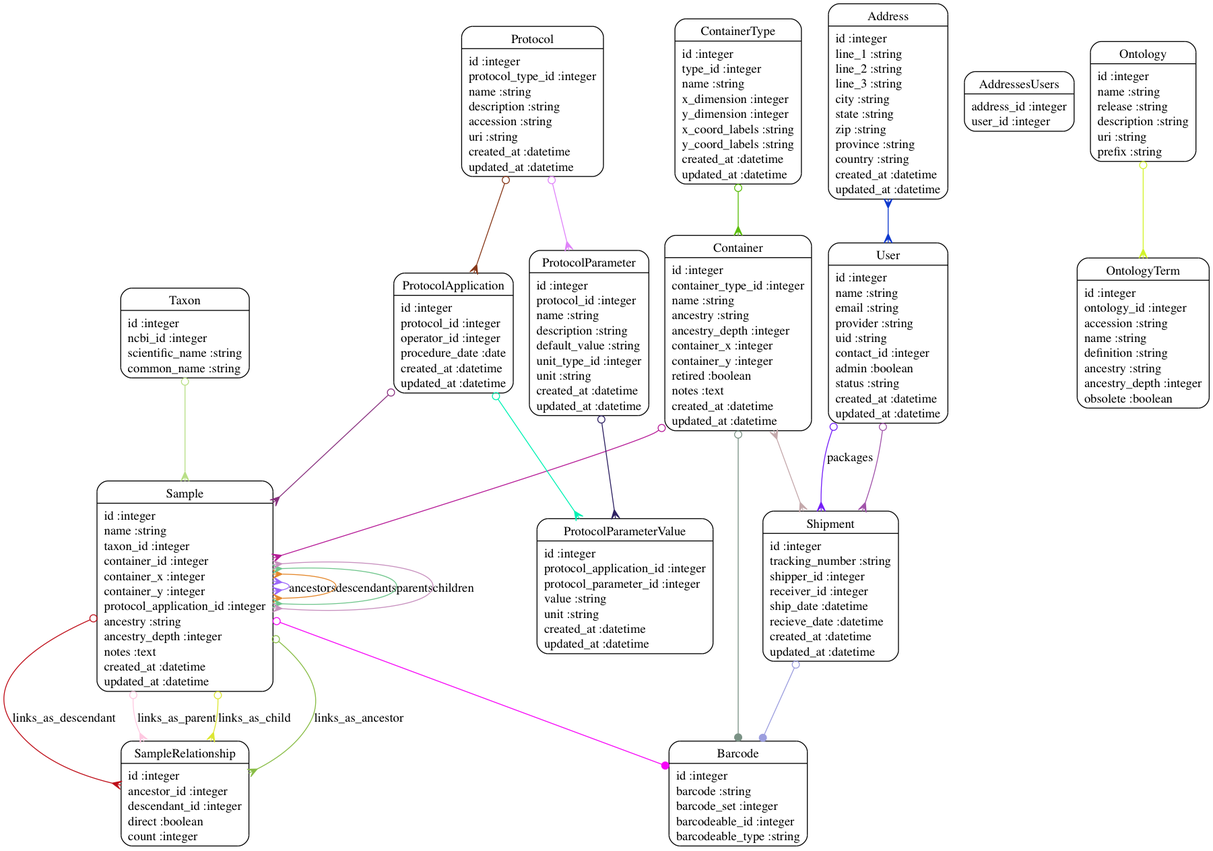
dimitras/collos keeps this Graphviz diagram as models.png. Above is the earlier version. Its source is kept beside it as models.dot.
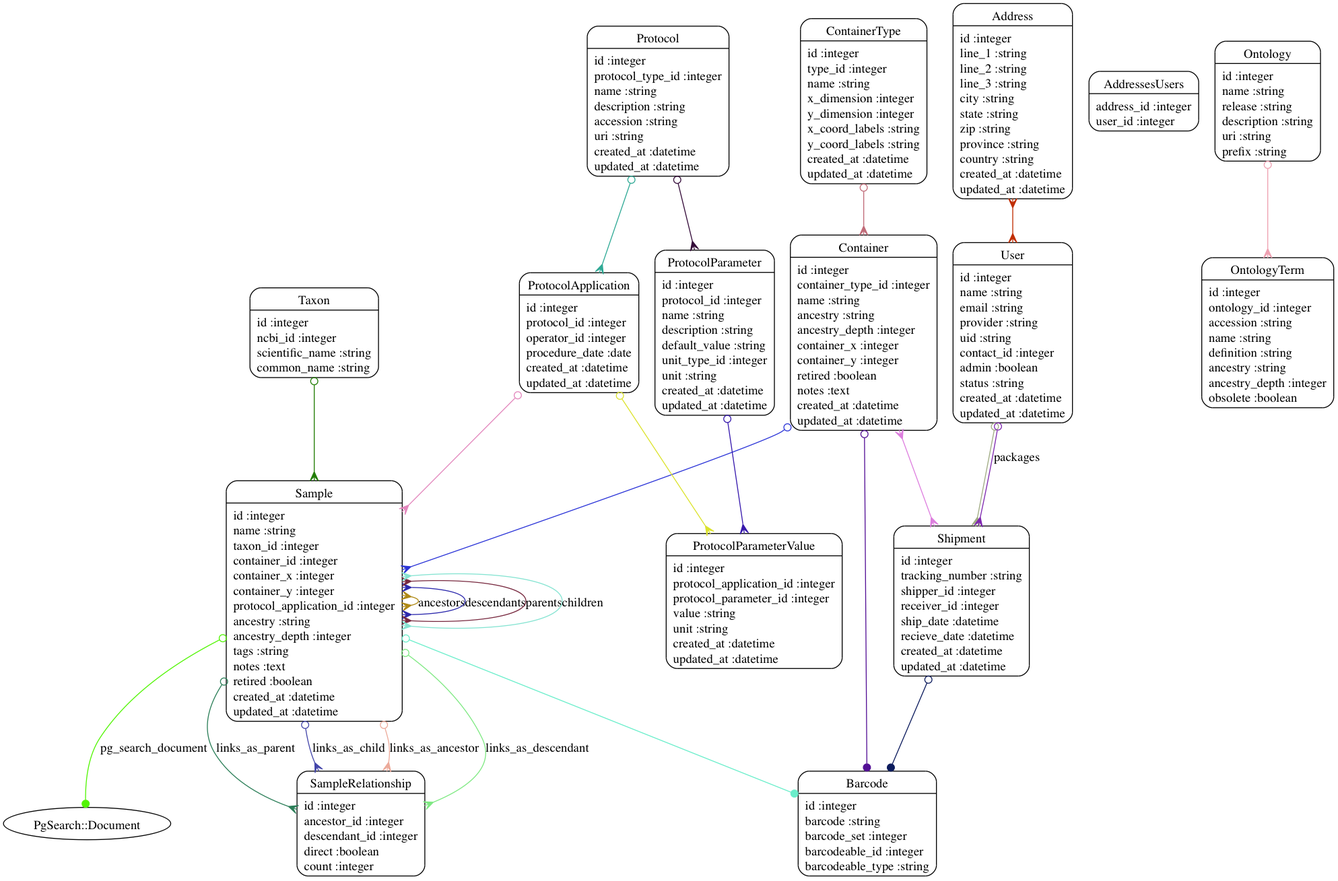
Later version of the same file.

Change to the diagram source:
```diff
@@ -11,33 +11,34 @@
 	"ProtocolApplication" [shape=Mrecord, label="{ProtocolApplication|id :integer\lprotocol_id :integer\loperator_id :integer\lprocedure_date :date\lcreated_at :datetime\lupdated_at :datetime\l}"]
 	"ProtocolParameter" [shape=Mrecord, label="{ProtocolParameter|id :integer\lprotocol_id :integer\lname :string\ldescription :string\ldefault_value :string\lunit_type_id :integer\lunit :string\lcreated_at :datetime\lupdated_at :datetime\l}"]
 	"ProtocolParameterValue" [shape=Mrecord, label="{ProtocolParameterValue|id :integer\lprotocol_application_id :integer\lprotocol_parameter_id :integer\lvalue :string\lunit :string\lcreated_at :datetime\lupdated_at :datetime\l}"]
-	"Sample" [shape=Mrecord, label="{Sample|id :integer\lname :string\ltaxon_id :integer\lcontainer_id :integer\lcontainer_x :integer\lcontainer_y :integer\lprotocol_application_id :integer\lancestry :string\lancestry_depth :integer\lnotes :text\lcreated_at :datetime\lupdated_at :datetime\l}"]
+	"Sample" [shape=Mrecord, label="{Sample|id :integer\lname :string\ltaxon_id :integer\lcontainer_id :integer\lcontainer_x :integer\lcontainer_y :integer\lprotocol_application_id :integer\lancestry :string\lancestry_depth :integer\ltags :string\lnotes :text\lretired :boolean\lcreated_at :datetime\lupdated_at :datetime\l}"]
 	"SampleRelationship" [shape=Mrecord, label="{SampleRelationship|id :integer\lancestor_id :integer\ldescendant_id :integer\ldirect :boolean\lcount :integer\l}"]
 	"Shipment" [shape=Mrecord, label="{Shipment|id :integer\ltracking_number :string\lshipper_id :integer\lreceiver_id :integer\lship_date :datetime\lrecieve_date :datetime\lcreated_at :datetime\lupdated_at :datetime\l}"]
 	"Taxon" [shape=Mrecord, label="{Taxon|id :integer\lncbi_id :integer\lscientific_name :string\lcommon_name :string\l}"]
 	"User" [shape=Mrecord, label="{User|id :integer\lname :string\lemail :string\lprovider :string\luid :string\lcontact_id :integer\ladmin :boolean\lstatus :string\lcreated_at :datetime\lupdated_at :datetime\l}"]
-	"Address" -> "User" [arrowtail=crow, arrowhead=crow, dir=both color="#0D38CE"]
-	"Container" -> "Sample" [arrowtail=odot, arrowhead=crow, dir=both color="#B51A96"]
-	"Container" -> "Barcode" [arrowtail=odot, arrowhead=dot, dir=both color="#7A9285"]
-	"Container" -> "Shipment" [arrowtail=crow, arrowhead=crow, dir=both color="#C4A8AB"]
-	"ContainerType" -> "Container" [arrowtail=odot, arrowhead=crow, dir=both color="#59BC08"]
-	"Ontology" -> "OntologyTerm" [arrowtail=odot, arrowhead=crow, dir=both color="#D2F32A"]
-	"Protocol" -> "ProtocolApplication" [arrowtail=odot, arrowhead=crow, dir=both color="#873819"]
-	"Protocol" -> "ProtocolParameter" [arrowtail=odot, arrowhead=crow, dir=both color="#DF83F9"]
-	"ProtocolApplication" -> "Sample" [arrowtail=odot, arrowhead=crow, dir=both color="#88307E"]
-	"ProtocolApplication" -> "ProtocolParameterValue" [arrowtail=odot, arrowhead=crow, dir=both color="#00F1B3"]
-	"ProtocolParameter" -> "ProtocolParameterValue" [arrowtail=odot, arrowhead=crow, dir=both color="#2C1F61"]
-	"Sample" -> "Barcode" [arrowtail=odot, arrowhead=dot, dir=both color="#F604F7"]
-	"Sample" -> "SampleRelationship" [label="links_as_ancestor", arrowtail=odot, arrowhead=crow, dir=both color="#88BC45"]
-	"Sample" -> "SampleRelationship" [label="links_as_descendant", arrowtail=odot, arrowhead=crow, dir=both color="#BE0D18"]
-	"Sample" -> "Sample" [label="ancestors", arrowtail=crow, arrowhead=crow, dir=both color="#9C68FB"]
-	"Sample" -> "Sample" [label="descendants", arrowtail=crow, arrowhead=crow, dir=both color="#E4882D"]
-	"Sample" -> "SampleRelationship" [label="links_as_parent", arrowtail=odot, arrowhead=crow, dir=both color="#FEC8E1"]
-	"Sample" -> "SampleRelationship" [label="links_as_child", arrowtail=odot, arrowhead=crow, dir=both color="#DCE632"]
-	"Sample" -> "Sample" [label="parents", arrowtail=crow, arrowhead=crow, dir=both color="#6FC58C"]
-	"Sample" -> "Sample" [label="children", arrowtail=crow, arrowhead=crow, dir=both color="#C790BE"]
-	"Shipment" -> "Barcode" [arrowtail=odot, arrowhead=dot, dir=both color="#9C9EDE"]
-	"Taxon" -> "Sample" [arrowtail=odot, arrowhead=crow, dir=both color="#B8DF86"]
-	"User" -> "Shipment" [arrowtail=odot, arrowhead=crow, dir=both color="#A052A9"]
-	"User" -> "Shipment" [label="packages", arrowtail=odot, arrowhead=crow, dir=both color="#741EF8"]
+	"Address" -> "User" [arrowtail=crow, arrowhead=crow, dir=both color="#C02D01"]
+	"Container" -> "Sample" [arrowtail=odot, arrowhead=crow, dir=both color="#2B34D7"]
+	"Container" -> "Barcode" [arrowtail=odot, arrowhead=dot, dir=both color="#530F95"]
+	"Container" -> "Shipment" [arrowtail=crow, arrowhead=crow, dir=both color="#DD7EDE"]
+	"ContainerType" -> "Container" [arrowtail=odot, arrowhead=crow, dir=both color="#C06B78"]
+	"Ontology" -> "OntologyTerm" [arrowtail=odot, arrowhead=crow, dir=both color="#EEA0B1"]
+	"Protocol" -> "ProtocolApplication" [arrowtail=odot, arrowhead=crow, dir=both color="#2FA995"]
+	"Protocol" -> "ProtocolParameter" [arrowtail=odot, arrowhead=crow, dir=both color="#340B39"]
+	"ProtocolApplication" -> "Sample" [arrowtail=odot, arrowhead=crow, dir=both color="#E286BC"]
+	"ProtocolApplication" -> "ProtocolParameterValue" [arrowtail=odot, arrowhead=crow, dir=both color="#DBE22D"]
+	"ProtocolParameter" -> "ProtocolParameterValue" [arrowtail=odot, arrowhead=crow, dir=both color="#3618AC"]
+	"Sample" -> "Barcode" [arrowtail=odot, arrowhead=dot, dir=both color="#6AEDCA"]
+	"Sample" -> "SampleRelationship" [label="links_as_ancestor", arrowtail=odot, arrowhead=crow, dir=both color="#ECAA9A"]
+	"Sample" -> "SampleRelationship" [label="links_as_descendant", arrowtail=odot, arrowhead=crow, dir=both color="#7EE882"]
+	"Sample" -> "Sample" [label="ancestors", arrowtail=crow, arrowhead=crow, dir=both color="#AE8814"]
+	"Sample" -> "Sample" [label="descendants", arrowtail=crow, arrowhead=crow, dir=both color="#2C29AC"]
+	"Sample" -> "SampleRelationship" [label="links_as_parent", arrowtail=odot, arrowhead=crow, dir=both color="#2B7E58"]
+	"Sample" -> "SampleRelationship" [label="links_as_child", arrowtail=odot, arrowhead=crow, dir=both color="#4345AA"]
+	"Sample" -> "Sample" [label="parents", arrowtail=crow, arrowhead=crow, dir=both color="#782A40"]
+	"Sample" -> "Sample" [label="children", arrowtail=crow, arrowhead=crow, dir=both color="#85E3D1"]
+	"Sample" -> "PgSearch::Document" [label="pg_search_document", arrowtail=odot, arrowhead=dot, dir=both color="#52F405"]
+	"Shipment" -> "Barcode" [arrowtail=odot, arrowhead=dot, dir=both color="#0C1B5D"]
+	"Taxon" -> "Sample" [arrowtail=odot, arrowhead=crow, dir=both color="#217D04"]
+	"User" -> "Shipment" [arrowtail=odot, arrowhead=crow, dir=both color="#9FAB82"]
+	"User" -> "Shipment" [label="packages", arrowtail=odot, arrowhead=crow, dir=both color="#7E27AF"]
 }
```
